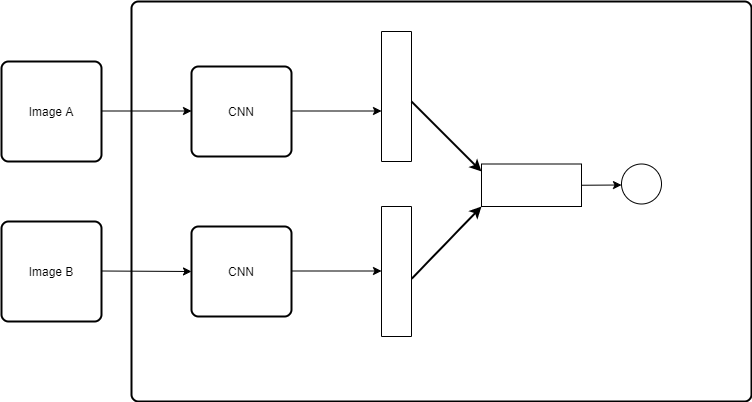
The draw.io diagram DL_Report.png in gouthamd18/Deep-Learning-, before a commit. Source tidied: cells renumbered, new cells last; positions are measured from the earlier drawing's top-left corner, leaving out a move shared by most shapes.
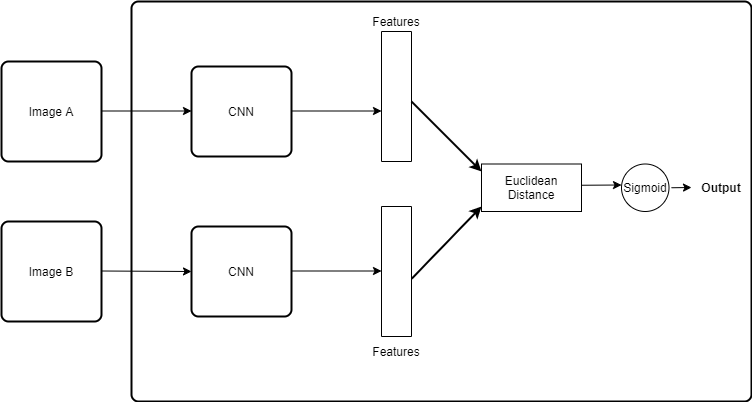
Above is the later version.

What changed in the source:
```diff
@@ -47,8 +47,8 @@
         <mxPoint x="380" y="269.5" as="targetPoint" />
       </mxGeometry>
     </mxCell>
-    <mxCell id="13" style="rounded=0;whiteSpace=wrap;html=1;fillColor=none;" parent="1" vertex="1">
-      <mxGeometry x="480" y="162.5" width="100" height="42.5" as="geometry" />
+    <mxCell id="13" value="Euclidean Distance" style="rounded=0;whiteSpace=wrap;html=1;fillColor=none;" parent="1" vertex="1">
+      <mxGeometry x="480" y="162.5" width="100" height="47.5" as="geometry" />
     </mxCell>
     <mxCell id="14" style="endArrow=classic;html=1;strokeWidth=2;exitX=0.554;exitY=-0.013;exitDx=0;exitDy=0;exitPerimeter=0;" parent="1" edge="1" source="11">
       <mxGeometry relative="1" as="geometry">
@@ -73,8 +73,26 @@
         </Array>
       </mxGeometry>
     </mxCell>
-    <mxCell id="17" style="ellipse;whiteSpace=wrap;html=1;fillColor=none;" parent="1" vertex="1">
-      <mxGeometry x="620" y="162.5" width="40" height="40" as="geometry" />
+    <mxCell id="17" value="Sigmoid" style="ellipse;whiteSpace=wrap;html=1;fillColor=none;" parent="1" vertex="1">
+      <mxGeometry x="620" y="162.5" width="47.5" height="47.5" as="geometry" />
     </mxCell>
+    <mxCell id="18" value="Features" style="text;html=1;strokeColor=none;fillColor=none;align=center;verticalAlign=middle;whiteSpace=wrap;rounded=0;" parent="1" vertex="1">
+      <mxGeometry x="360" y="10" width="70" height="20" as="geometry" />
+    </mxCell>
+    <mxCell id="19" value="Features" style="text;html=1;strokeColor=none;fillColor=none;align=center;verticalAlign=middle;whiteSpace=wrap;rounded=0;" parent="1" vertex="1">
+      <mxGeometry x="365" y="340" width="60" height="20" as="geometry" />
+    </mxCell>
+    <mxCell id="20" style="endArrow=classic;html=1;" parent="1" edge="1">
+      <mxGeometry relative="1" as="geometry">
+        <mxPoint x="670" y="186.2" as="sourcePoint" />
+        <mxPoint x="690" y="186" as="targetPoint" />
+        <Array as="points">
+          <mxPoint x="670" y="185.8" />
+        </Array>
+      </mxGeometry>
+    </mxCell>
+    <mxCell id="21" value="Output" style="text;html=1;strokeColor=none;fillColor=none;align=center;verticalAlign=middle;whiteSpace=wrap;rounded=0;fontStyle=1;" parent="1" vertex="1">
+      <mxGeometry x="690" y="159.4" width="60" height="53.8" as="geometry" />
+    </mxCell>
   </root>
 </mxGraphModel>
```
